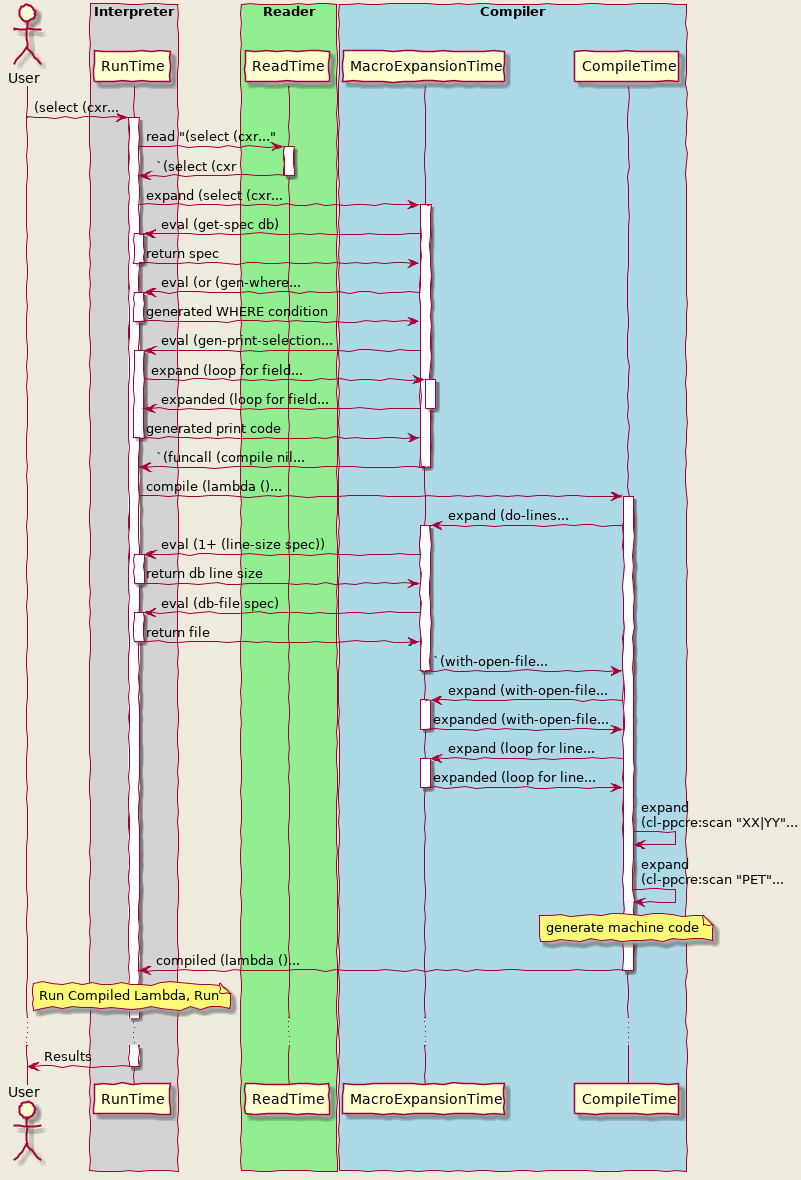
m00natic/m00natic.github.com keeps this PlantUML diagram as lisp/phases.png. Above is the earlier version. Source of this version:
```plantuml
@startuml
skinparam backgroundColor #EEEBDC
skinparam handwritten true

actor User

box "Interpreter" #LightGray
    participant RunTime
end box

box "Reader" #LightGreen
    participant ReadTime
end box

box "Compiler" #LightBlue
    participant MacroExpansionTime
    participant CompileTime
end box

User -> RunTime : (select (cxr...
activate RunTime

RunTime -> ReadTime : read "(select (cxr..."
activate ReadTime

ReadTime -> RunTime : `(select (cxr
deactivate ReadTime

RunTime -> MacroExpansionTime : expand (select (cxr...
activate MacroExpansionTime

MacroExpansionTime -> RunTime : eval (get-spec db)
activate RunTime
RunTime -> MacroExpansionTime : return spec
deactivate RunTime

MacroExpansionTime -> RunTime : eval (or (gen-where...
activate RunTime
RunTime -> MacroExpansionTime : generated WHERE condition
deactivate RunTime

MacroExpansionTime -> RunTime : eval (gen-print-selection...
activate RunTime

RunTime -> MacroExpansionTime : expand (loop for field...
activate MacroExpansionTime

MacroExpansionTime -> RunTime : expanded (loop for field...
deactivate MacroExpansionTime

RunTime -> MacroExpansionTime : generated print code
deactivate RunTime

MacroExpansionTime -> RunTime : `(funcall (compile nil...
deactivate MacroExpansionTime

RunTime -> CompileTime : compile (lambda ()...
activate CompileTime

CompileTime -> MacroExpansionTime : expand (do-lines...
activate MacroExpansionTime

MacroExpansionTime -> RunTime : eval (1+ (line-size spec))
activate RunTime
RunTime -> MacroExpansionTime : return db line size
deactivate RunTime

MacroExpansionTime -> RunTime : eval (db-file spec)
activate RunTime
RunTime -> MacroExpansionTime : return file
deactivate RunTime

MacroExpansionTime -> CompileTime : `(with-open-file...
deactivate MacroExpansionTime

CompileTime -> MacroExpansionTime : expand (with-open-file...
activate MacroExpansionTime
MacroExpansionTime -> CompileTime : expanded (with-open-file...
deactivate MacroExpansionTime

CompileTime -> MacroExpansionTime : expand (loop for line...
activate MacroExpansionTime
MacroExpansionTime -> CompileTime : expanded (loop for line...
deactivate MacroExpansionTime

CompileTime -> CompileTime : expand\n(cl-ppcre:scan "XX|YY"...
CompileTime -> CompileTime : expand\n(cl-ppcre:scan "PET"...
note over CompileTime : generate machine code
CompileTime -> RunTime : compiled (lambda ()...
deactivate CompileTime

note over RunTime: Run Compiled Lambda, Run
...
RunTime -> User : Results
deactivate RunTime

@enduml
```
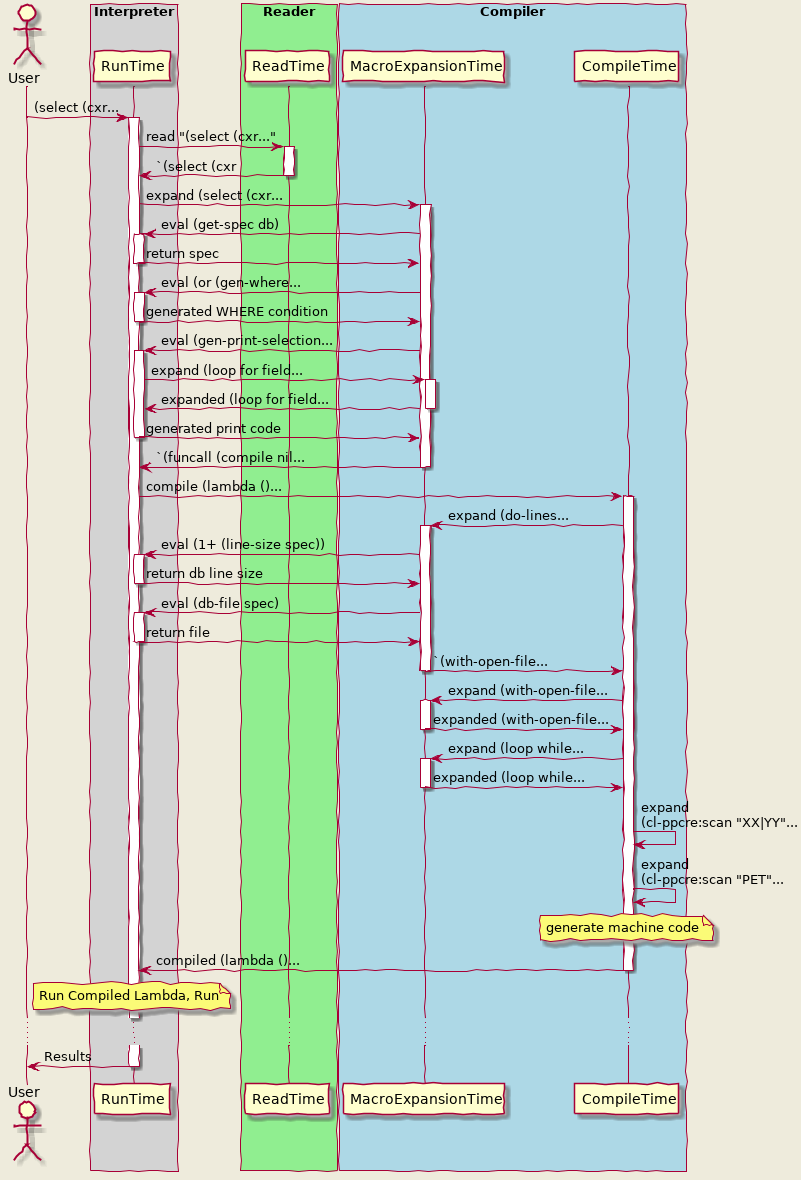
After the commit.

What changed in the source:
```diff
@@ -78,9 +78,9 @@
 MacroExpansionTime -> CompileTime : expanded (with-open-file...
 deactivate MacroExpansionTime
 
-CompileTime -> MacroExpansionTime : expand (loop for line...
+CompileTime -> MacroExpansionTime : expand (loop while...
 activate MacroExpansionTime
-MacroExpansionTime -> CompileTime : expanded (loop for line...
+MacroExpansionTime -> CompileTime : expanded (loop while...
 deactivate MacroExpansionTime
 
 CompileTime -> CompileTime : expand\n(cl-ppcre:scan "XX|YY"...
```
